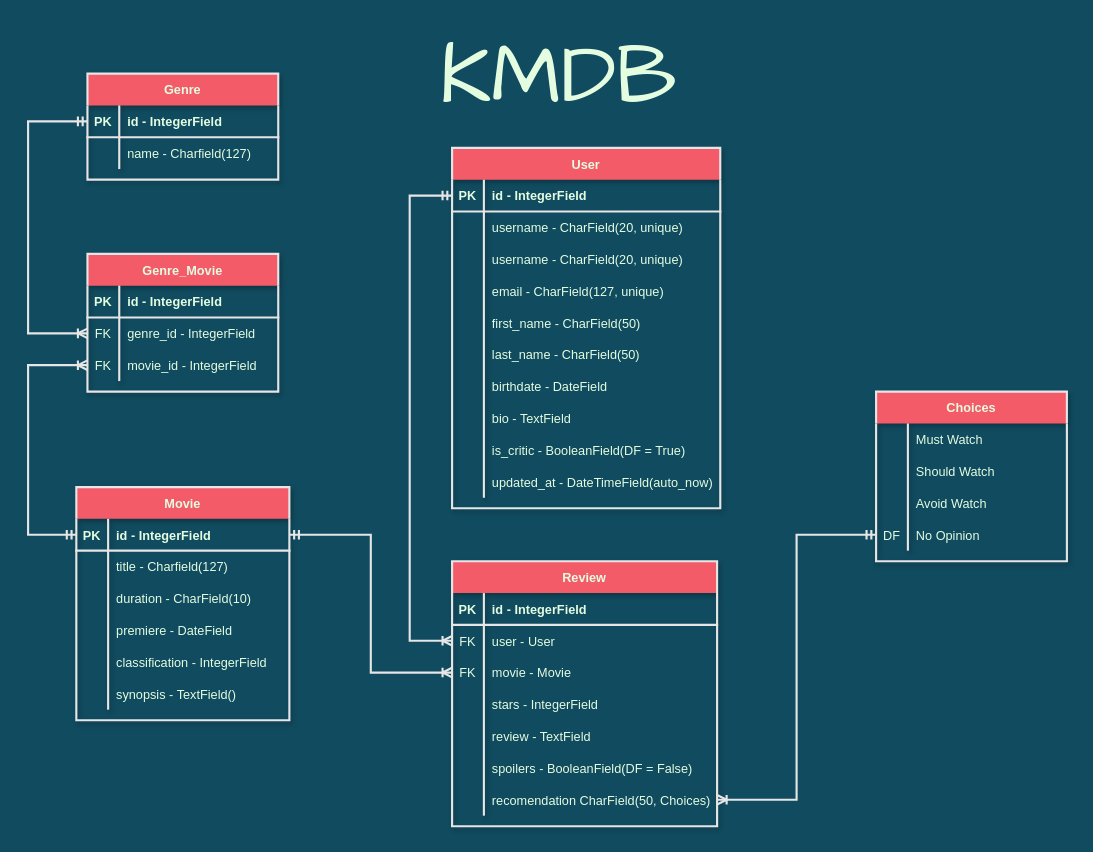
Before: KMDB.drawio in thdev-matheus/backend-kmdb-django, a draw.io diagram. Source tidied: cells renumbered, new cells numbered last; positions are measured from the earlier drawing's top-left corner, leaving out a move shared by most shapes. Both pictures are drawn from the tidied source at 106%, with x=0, y=0 at pixel (28, 18).
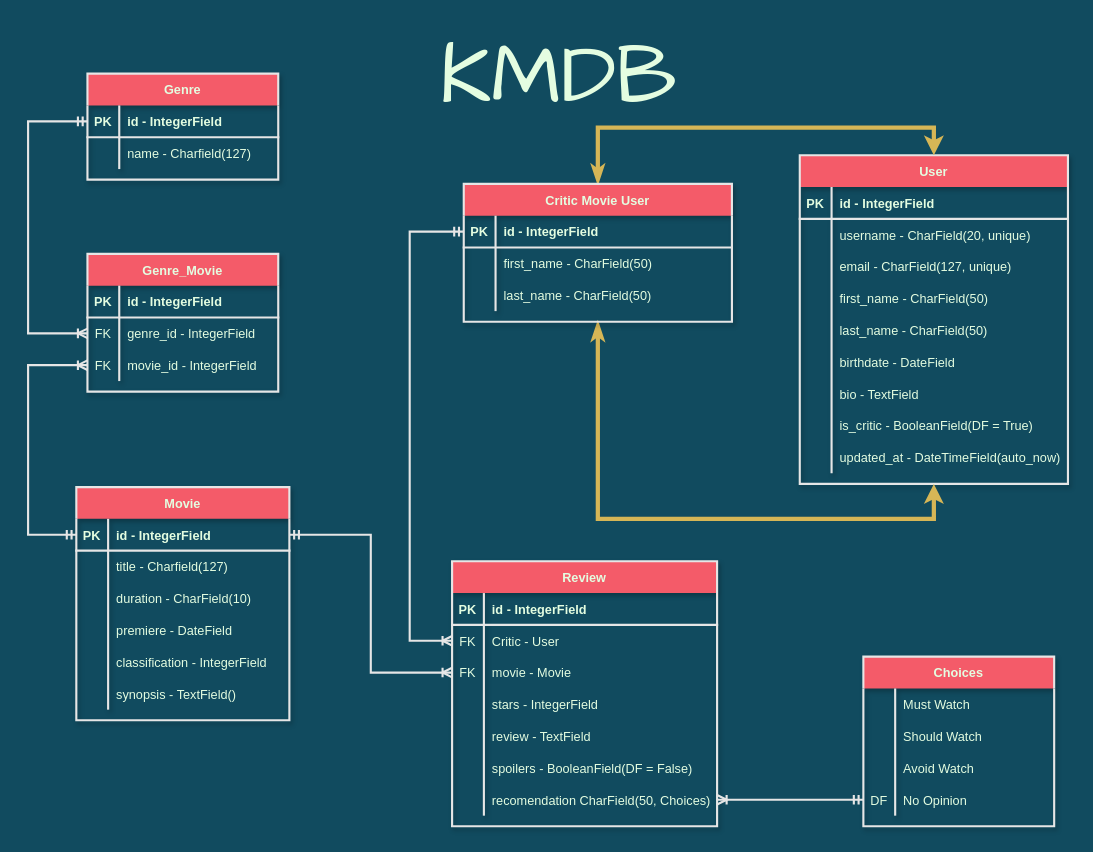
Above is the later version.

The change refers to these unchanged cells:
```xml
<mxCell id="42" style="shape=tableRow;horizontal=0;startSize=0;swimlaneHead=0;swimlaneBody=0;fillColor=none;points=[[0,0.5],[1,0.5]];portConstraint=eastwest;top=0;left=0;right=0;bottom=0;strokeColor=#E6E6E6;fontColor=#E4FDE1;rounded=0;strokeWidth=2;swimlaneFillColor=none;swimlaneLine=0;" parent="38" vertex="1">
  <mxGeometry y="60" width="250" height="30" as="geometry" />
</mxCell>
<mxCell id="62" style="shape=tableRow;horizontal=0;startSize=0;swimlaneHead=0;swimlaneBody=0;fillColor=none;points=[[0,0.5],[1,0.5]];portConstraint=eastwest;top=0;left=0;right=0;bottom=1;strokeColor=#E6E6E6;fontColor=#E4FDE1;rounded=0;strokeWidth=2;swimlaneFillColor=none;swimlaneLine=0;" parent="61" vertex="1">
  <mxGeometry y="30" width="253" height="30" as="geometry" />
</mxCell>
```

What changed in the source:
```diff
@@
-    <mxCell id="44" value="user - User" style="shape=partialRectangle;fillColor=none;top=0;left=0;bottom=0;right=0;align=left;spacingLeft=6;overflow=hidden;strokeColor=#E6E6E6;fontColor=#E4FDE1;rounded=0;strokeWidth=2;swimlaneFillColor=none;swimlaneLine=0;" parent="42" vertex="1">
+    <mxCell id="44" value="Critic - User" style="shape=partialRectangle;fillColor=none;top=0;left=0;bottom=0;right=0;align=left;spacingLeft=6;overflow=hidden;strokeColor=#E6E6E6;fontColor=#E4FDE1;rounded=0;strokeWidth=2;swimlaneFillColor=none;swimlaneLine=0;" parent="42" vertex="1">
       <mxGeometry x="30" width="220" height="30" as="geometry" />
     </mxCell>
@@
     <mxCell id="61" value="User" style="shape=table;startSize=30;childLayout=tableLayout;rowLines=0;fontStyle=1;align=center;strokeColor=#E6E6E6;fontColor=#E4FDE1;fillColor=#F45B69;rounded=0;strokeWidth=2;swimlaneFillColor=none;swimlaneLine=0;sketch=0;shadow=1;" parent="1" vertex="1">
-      <mxGeometry x="400" y="122" width="253" height="340" as="geometry" />
+      <mxGeometry x="728" y="129" width="253" height="310" as="geometry" />
     </mxCell>
@@
-    <mxCell id="68" style="shape=tableRow;horizontal=0;startSize=0;swimlaneHead=0;swimlaneBody=0;fillColor=none;top=0;left=0;right=0;bottom=0;strokeColor=#E6E6E6;fontColor=#E4FDE1;rounded=0;strokeWidth=2;swimlaneFillColor=none;swimlaneLine=0;" parent="61" vertex="1">
-      <mxGeometry y="90" width="253" height="30" as="geometry" />
-    </mxCell>
-    <mxCell id="69" style="shape=partialRectangle;fillColor=none;top=0;left=0;bottom=0;right=0;overflow=hidden;strokeColor=#E6E6E6;fontColor=#E4FDE1;rounded=0;strokeWidth=2;swimlaneFillColor=none;swimlaneLine=0;" parent="68" vertex="1">
-      <mxGeometry width="30" height="30" as="geometry" />
-    </mxCell>
-    <mxCell id="70" value="username - CharField(20, unique)" style="shape=partialRectangle;fillColor=none;top=0;left=0;bottom=0;right=0;align=left;spacingLeft=6;overflow=hidden;strokeColor=#E6E6E6;fontColor=#E4FDE1;rounded=0;strokeWidth=2;swimlaneFillColor=none;swimlaneLine=0;" parent="68" vertex="1">
-      <mxGeometry x="30" width="223" height="30" as="geometry" />
-    </mxCell>
     <mxCell id="71" style="shape=tableRow;horizontal=0;startSize=0;swimlaneHead=0;swimlaneBody=0;fillColor=none;top=0;left=0;right=0;bottom=0;strokeColor=#E6E6E6;fontColor=#E4FDE1;rounded=0;strokeWidth=2;swimlaneFillColor=none;swimlaneLine=0;" parent="61" vertex="1">
-      <mxGeometry y="120" width="253" height="30" as="geometry" />
+      <mxGeometry y="90" width="253" height="30" as="geometry" />
     </mxCell>
@@
     <mxCell id="74" style="shape=tableRow;horizontal=0;startSize=0;swimlaneHead=0;swimlaneBody=0;fillColor=none;top=0;left=0;right=0;bottom=0;strokeColor=#E6E6E6;fontColor=#E4FDE1;rounded=0;strokeWidth=2;swimlaneFillColor=none;swimlaneLine=0;" parent="61" vertex="1">
-      <mxGeometry y="150" width="253" height="30" as="geometry" />
+      <mxGeometry y="120" width="253" height="30" as="geometry" />
     </mxCell>
@@
     <mxCell id="77" style="shape=tableRow;horizontal=0;startSize=0;swimlaneHead=0;swimlaneBody=0;fillColor=none;top=0;left=0;right=0;bottom=0;strokeColor=#E6E6E6;fontColor=#E4FDE1;rounded=0;strokeWidth=2;swimlaneFillColor=none;swimlaneLine=0;" parent="61" vertex="1">
-      <mxGeometry y="180" width="253" height="30" as="geometry" />
+      <mxGeometry y="150" width="253" height="30" as="geometry" />
     </mxCell>
@@
     <mxCell id="80" style="shape=tableRow;horizontal=0;startSize=0;swimlaneHead=0;swimlaneBody=0;fillColor=none;top=0;left=0;right=0;bottom=0;strokeColor=#E6E6E6;fontColor=#E4FDE1;rounded=0;strokeWidth=2;swimlaneFillColor=none;swimlaneLine=0;" parent="61" vertex="1">
-      <mxGeometry y="210" width="253" height="30" as="geometry" />
+      <mxGeometry y="180" width="253" height="30" as="geometry" />
     </mxCell>
@@
     <mxCell id="83" style="shape=tableRow;horizontal=0;startSize=0;swimlaneHead=0;swimlaneBody=0;fillColor=none;top=0;left=0;right=0;bottom=0;strokeColor=#E6E6E6;fontColor=#E4FDE1;rounded=0;strokeWidth=2;swimlaneFillColor=none;swimlaneLine=0;" parent="61" vertex="1">
-      <mxGeometry y="240" width="253" height="30" as="geometry" />
+      <mxGeometry y="210" width="253" height="30" as="geometry" />
     </mxCell>
@@
     <mxCell id="86" style="shape=tableRow;horizontal=0;startSize=0;swimlaneHead=0;swimlaneBody=0;fillColor=none;top=0;left=0;right=0;bottom=0;strokeColor=#E6E6E6;fontColor=#E4FDE1;rounded=0;strokeWidth=2;swimlaneFillColor=none;swimlaneLine=0;" parent="61" vertex="1">
-      <mxGeometry y="270" width="253" height="30" as="geometry" />
+      <mxGeometry y="240" width="253" height="30" as="geometry" />
     </mxCell>
@@
     <mxCell id="89" style="shape=tableRow;horizontal=0;startSize=0;swimlaneHead=0;swimlaneBody=0;fillColor=none;top=0;left=0;right=0;bottom=0;strokeColor=#E6E6E6;fontColor=#E4FDE1;rounded=0;strokeWidth=2;swimlaneFillColor=none;swimlaneLine=0;" parent="61" vertex="1">
-      <mxGeometry y="300" width="253" height="30" as="geometry" />
+      <mxGeometry y="270" width="253" height="30" as="geometry" />
     </mxCell>
@@
     <mxCell id="92" value="Choices" style="shape=table;startSize=30;childLayout=tableLayout;rowLines=0;fontStyle=1;align=center;strokeColor=#E6E6E6;fontColor=#E4FDE1;fillColor=#F45B69;rounded=0;strokeWidth=2;swimlaneFillColor=none;swimlaneLine=0;sketch=0;shadow=1;" parent="1" vertex="1">
-      <mxGeometry x="800" y="352" width="180" height="160" as="geometry" />
+      <mxGeometry x="788" y="602" width="180" height="160" as="geometry" />
     </mxCell>
@@
-    <mxCell id="106" style="edgeStyle=orthogonalEdgeStyle;rounded=0;jettySize=auto;html=1;exitX=0;exitY=0.5;exitDx=0;exitDy=0;entryX=0;entryY=0.5;entryDx=0;entryDy=0;strokeColor=#E6E6E6;strokeWidth=2;fontFamily=Architects Daughter;fontSize=80;fontColor=#E4FDE1;startArrow=ERoneToMany;startFill=0;endArrow=ERmandOne;endFill=0;fillColor=#F45B69;" parent="1" edge="1" source="42" target="62">
+    <mxCell id="106" style="edgeStyle=orthogonalEdgeStyle;rounded=0;jettySize=auto;html=1;exitX=0;exitY=0.5;exitDx=0;exitDy=0;entryX=0;entryY=0.5;entryDx=0;entryDy=0;strokeColor=#E6E6E6;strokeWidth=2;fontFamily=Architects Daughter;fontSize=80;fontColor=#E4FDE1;startArrow=ERoneToMany;startFill=0;endArrow=ERmandOne;endFill=0;fillColor=#F45B69;" parent="1" edge="1" source="42" target="113">
       <mxGeometry relative="1" as="geometry">
         <Array as="points">
           <mxPoint x="360" y="587" />
-          <mxPoint x="360" y="167" />
+          <mxPoint x="360" y="201" />
         </Array>
       </mxGeometry>
     </mxCell>
@@
+    <mxCell id="110" style="edgeStyle=orthogonalEdgeStyle;rounded=0;jettySize=auto;html=1;exitX=0.5;exitY=0;exitDx=0;exitDy=0;entryX=0.5;entryY=0;entryDx=0;entryDy=0;strokeWidth=4;fillColor=#fff2cc;strokeColor=#d6b656;startArrow=classicThin;startFill=0;" parent="1" edge="1" source="112" target="61">
+      <mxGeometry relative="1" as="geometry">
+        <Array as="points">
+          <mxPoint x="537" y="103" />
+          <mxPoint x="855" y="103" />
+        </Array>
+      </mxGeometry>
+    </mxCell>
+    <mxCell id="111" style="edgeStyle=orthogonalEdgeStyle;rounded=0;jettySize=auto;html=1;exitX=0.5;exitY=1;exitDx=0;exitDy=0;entryX=0.5;entryY=1;entryDx=0;entryDy=0;strokeWidth=4;fillColor=#fff2cc;strokeColor=#d6b656;startArrow=classicThin;startFill=0;" parent="1" edge="1" source="112" target="61">
+      <mxGeometry relative="1" as="geometry">
+        <Array as="points">
+          <mxPoint x="537" y="472" />
+          <mxPoint x="855" y="472" />
+        </Array>
+      </mxGeometry>
+    </mxCell>
+    <mxCell id="112" value="Critic Movie User" style="shape=table;startSize=30;childLayout=tableLayout;rowLines=0;fontStyle=1;align=center;strokeColor=#E6E6E6;fontColor=#E4FDE1;fillColor=#F45B69;rounded=0;strokeWidth=2;swimlaneFillColor=none;swimlaneLine=0;sketch=0;shadow=1;" parent="1" vertex="1">
+      <mxGeometry x="411" y="156" width="253" height="130" as="geometry" />
+    </mxCell>
+    <mxCell id="113" style="shape=tableRow;horizontal=0;startSize=0;swimlaneHead=0;swimlaneBody=0;fillColor=none;points=[[0,0.5],[1,0.5]];portConstraint=eastwest;top=0;left=0;right=0;bottom=1;strokeColor=#E6E6E6;fontColor=#E4FDE1;rounded=0;strokeWidth=2;swimlaneFillColor=none;swimlaneLine=0;" parent="112" vertex="1">
+      <mxGeometry y="30" width="253" height="30" as="geometry" />
+    </mxCell>
+    <mxCell id="114" value="PK" style="shape=partialRectangle;fillColor=none;top=0;left=0;bottom=0;right=0;fontStyle=1;overflow=hidden;strokeColor=#E6E6E6;fontColor=#E4FDE1;rounded=0;strokeWidth=2;swimlaneFillColor=none;swimlaneLine=0;" parent="113" vertex="1">
+      <mxGeometry width="30" height="30" as="geometry" />
+    </mxCell>
+    <mxCell id="115" value="id - IntegerField" style="shape=partialRectangle;fillColor=none;top=0;left=0;bottom=0;right=0;align=left;spacingLeft=6;fontStyle=1;overflow=hidden;strokeColor=#E6E6E6;fontColor=#E4FDE1;rounded=0;strokeWidth=2;swimlaneFillColor=none;swimlaneLine=0;" parent="113" vertex="1">
+      <mxGeometry x="30" width="223" height="30" as="geometry" />
+    </mxCell>
+    <mxCell id="116" style="shape=tableRow;horizontal=0;startSize=0;swimlaneHead=0;swimlaneBody=0;fillColor=none;top=0;left=0;right=0;bottom=0;strokeColor=#E6E6E6;fontColor=#E4FDE1;rounded=0;strokeWidth=2;swimlaneFillColor=none;swimlaneLine=0;" parent="112" vertex="1">
+      <mxGeometry y="60" width="253" height="30" as="geometry" />
+    </mxCell>
+    <mxCell id="117" style="shape=partialRectangle;fillColor=none;top=0;left=0;bottom=0;right=0;overflow=hidden;strokeColor=#E6E6E6;fontColor=#E4FDE1;rounded=0;strokeWidth=2;swimlaneFillColor=none;swimlaneLine=0;" parent="116" vertex="1">
+      <mxGeometry width="30" height="30" as="geometry" />
+    </mxCell>
+    <mxCell id="118" value="first_name - CharField(50)" style="shape=partialRectangle;fillColor=none;top=0;left=0;bottom=0;right=0;align=left;spacingLeft=6;overflow=hidden;strokeColor=#E6E6E6;fontColor=#E4FDE1;rounded=0;strokeWidth=2;swimlaneFillColor=none;swimlaneLine=0;" parent="116" vertex="1">
+      <mxGeometry x="30" width="223" height="30" as="geometry" />
+    </mxCell>
+    <mxCell id="68" style="shape=tableRow;horizontal=0;startSize=0;swimlaneHead=0;swimlaneBody=0;fillColor=none;top=0;left=0;right=0;bottom=0;strokeColor=#E6E6E6;fontColor=#E4FDE1;rounded=0;strokeWidth=2;swimlaneFillColor=none;swimlaneLine=0;" parent="112" vertex="1">
+      <mxGeometry y="90" width="253" height="30" as="geometry" />
+    </mxCell>
+    <mxCell id="119" style="shape=partialRectangle;fillColor=none;top=0;left=0;bottom=0;right=0;overflow=hidden;strokeColor=#E6E6E6;fontColor=#E4FDE1;rounded=0;strokeWidth=2;swimlaneFillColor=none;swimlaneLine=0;" parent="68" vertex="1">
+      <mxGeometry width="30" height="30" as="geometry" />
+    </mxCell>
+    <mxCell id="120" value="last_name - CharField(50)" style="shape=partialRectangle;fillColor=none;top=0;left=0;bottom=0;right=0;align=left;spacingLeft=6;overflow=hidden;strokeColor=#E6E6E6;fontColor=#E4FDE1;rounded=0;strokeWidth=2;swimlaneFillColor=none;swimlaneLine=0;" parent="68" vertex="1">
+      <mxGeometry x="30" width="223" height="30" as="geometry" />
+    </mxCell>
```
